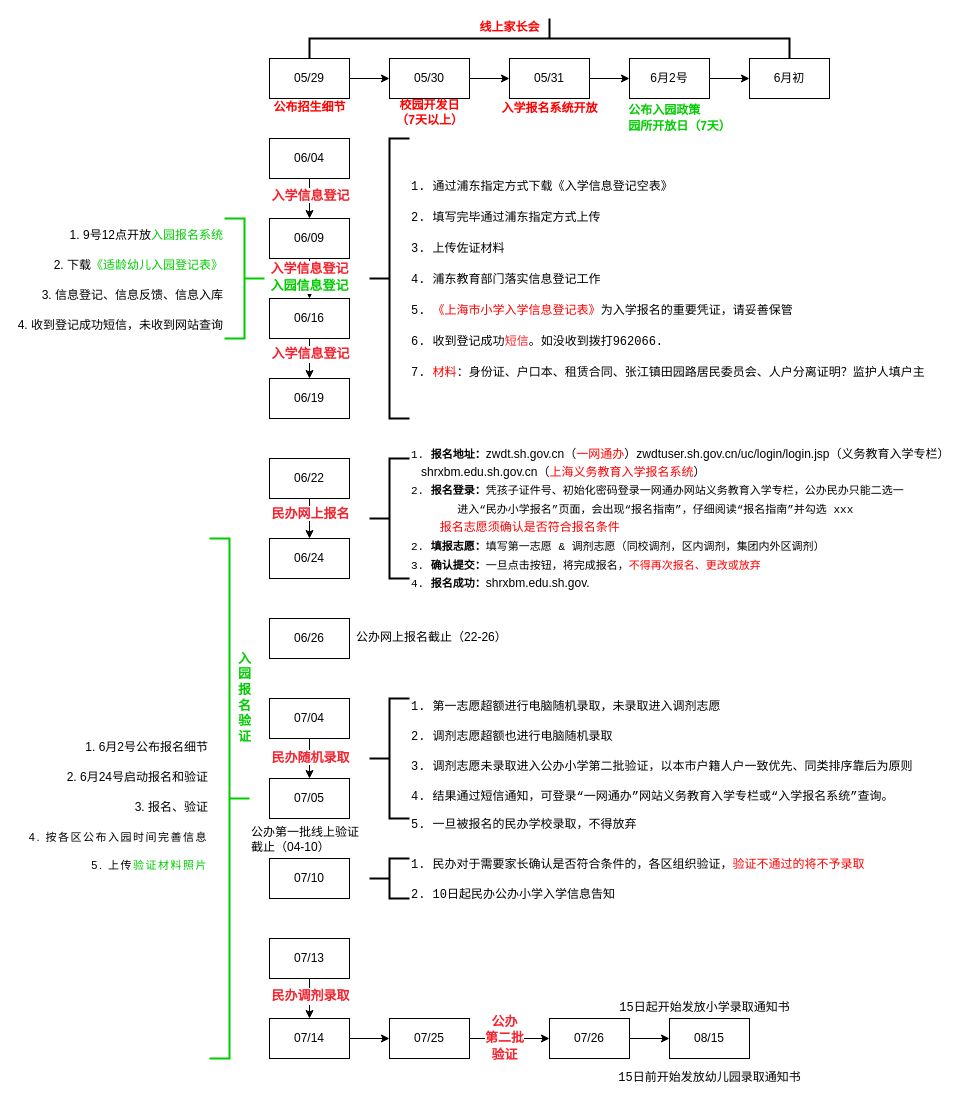
Before: page "2022入学" (2 of 2) of 生活设计.drawio in JudeSheng/design, a draw.io diagram. Source tidied: cells renumbered, new cells numbered last; positions are measured from the earlier drawing's top-left corner, leaving out a move shared by most shapes. Both pictures are drawn from the tidied source at 100%, with x=0, y=0 at pixel (209, 18).
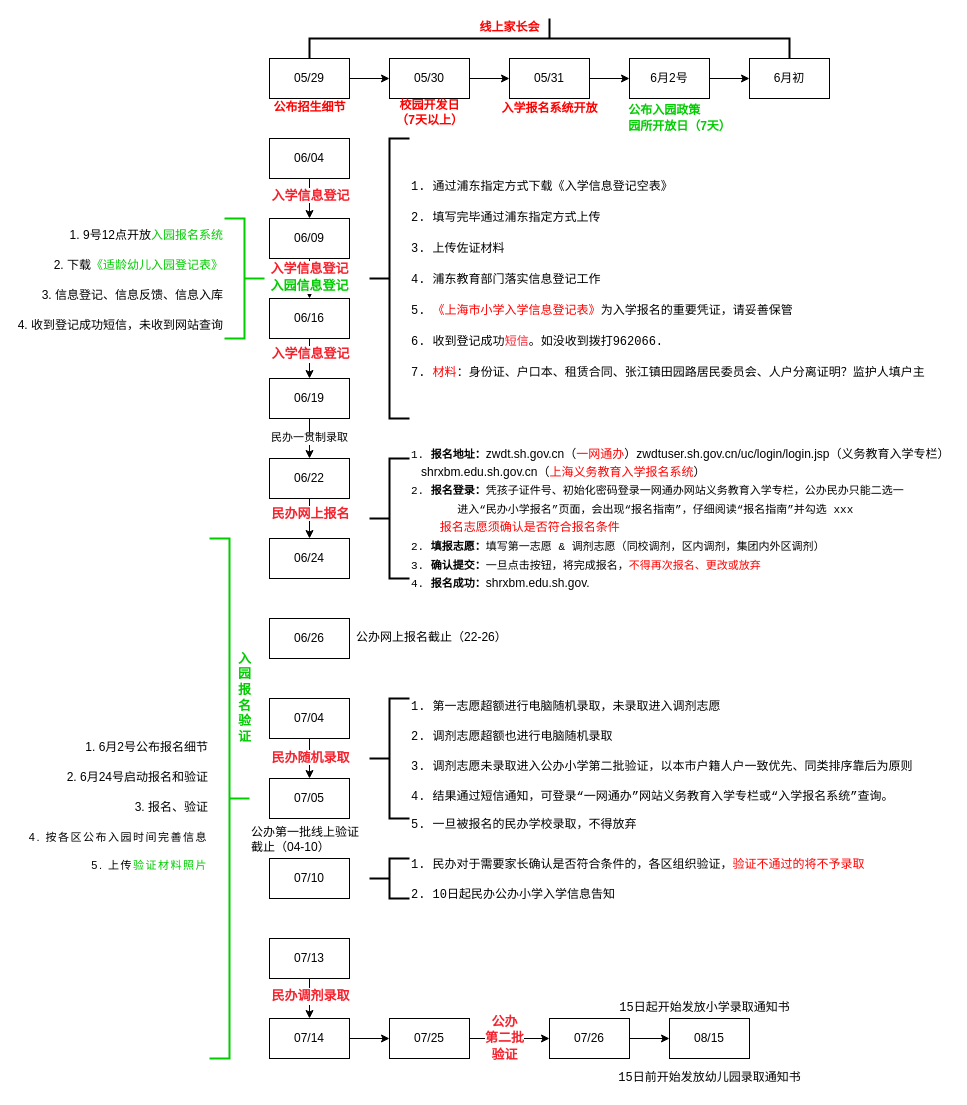
After the change.

Unchanged cells that the change refers to:
```xml
<mxCell id="10" value="06/22" style="rounded=0;whiteSpace=wrap;html=1;" parent="1" vertex="1">
  <mxGeometry x="60" y="440" width="80" height="40" as="geometry" />
</mxCell>
<mxCell id="54" value="06/19" style="rounded=0;whiteSpace=wrap;html=1;" parent="1" vertex="1">
  <mxGeometry x="60" y="360" width="80" height="40" as="geometry" />
</mxCell>
```

The edit, as a diff of the source:
```diff
@@
+    <mxCell id="61" value="&lt;font color=&quot;#000000&quot;&gt;民办一贯制录取&lt;/font&gt;" style="edgeStyle=orthogonalEdgeStyle;rounded=0;jettySize=auto;html=1;fontFamily=Courier New;fontSize=11;fontColor=#009900;" parent="1" edge="1" source="54" target="10">
+      <mxGeometry relative="1" as="geometry" />
+    </mxCell>
```
